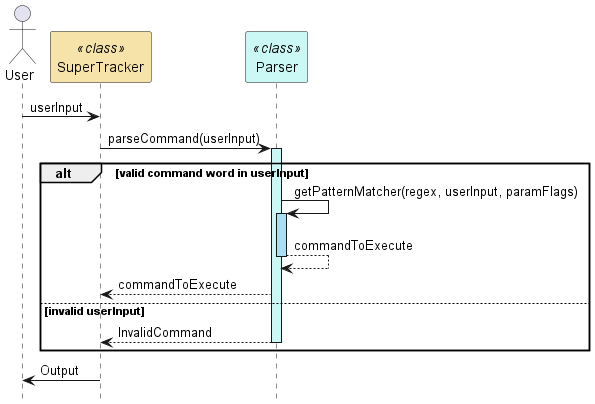
rismm/tp keeps this PlantUML diagram as docs/uml-diagrams/ParserSequence.png. Above is the earlier version.
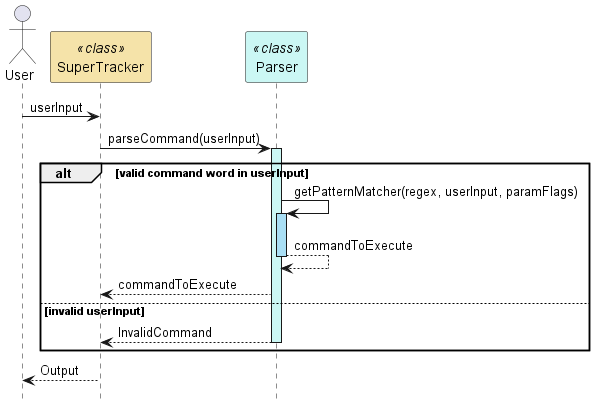
Later version of the same file.

Change to the diagram source:
```diff
@@ -19,6 +19,6 @@
     deactivate Parser
 end
 
-SuperTracker -> User : Output
+SuperTracker --> User : Output
 
 @enduml
```
